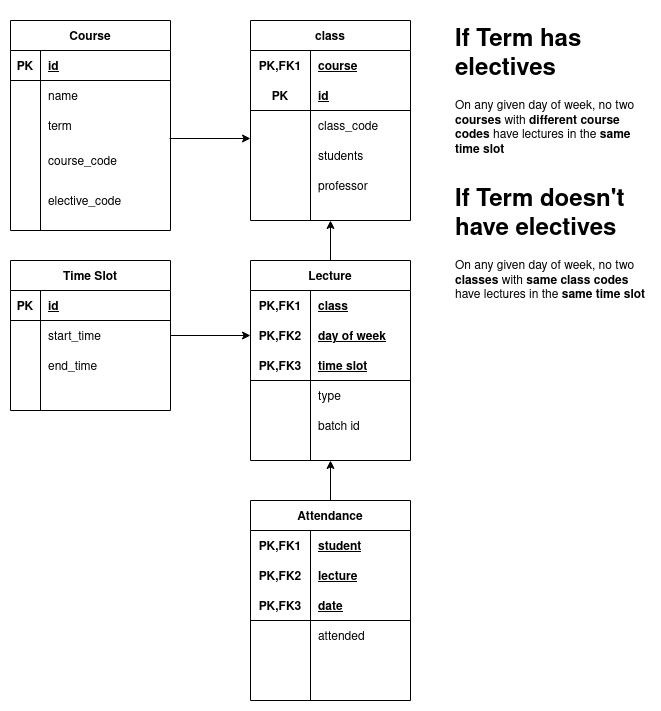
This is miscellaneous/timetable_attendance.png from Epic-ERP/media, a draw.io export, as it was before one commit. Source tidied: cells renumbered, new cells last; positions are measured from the earlier drawing's top-left corner, leaving out a move shared by most shapes.
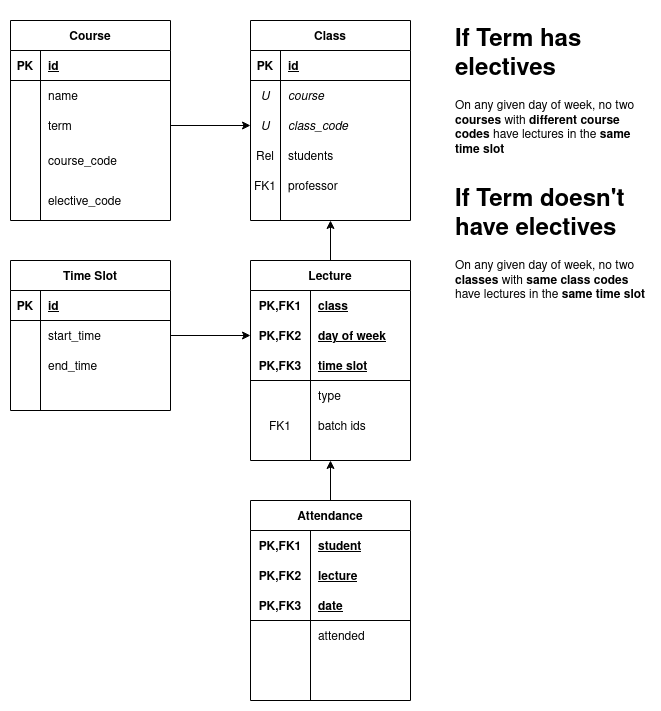
After the change.

Change to the diagram source:
```diff
@@ -42,7 +42,7 @@
       <mxGeometry x="30" width="130" height="30" as="geometry" />
     </mxCell>
     <mxCell id="15" value="Course" style="shape=table;startSize=30;rowLines=0;fontStyle=1;align=center;" parent="1" vertex="1">
-      <mxGeometry width="160" height="210" as="geometry" />
+      <mxGeometry width="160" height="200" as="geometry" />
     </mxCell>
     <mxCell id="16" style="shape=partialRectangle;fillColor=none;top=0;left=0;bottom=1;right=0;" parent="15" vertex="1">
       <mxGeometry y="30" width="160" height="30" as="geometry" />
@@ -89,66 +89,15 @@
     <mxCell id="30" value="elective_code" style="shape=partialRectangle;fillColor=none;top=0;left=0;bottom=0;right=0;align=left;spacingLeft=6;overflow=hidden;" parent="28" vertex="1">
       <mxGeometry x="30" width="130" height="40" as="geometry" />
     </mxCell>
-    <mxCell id="31" value="class" style="shape=table;startSize=30;rowLines=0;fontStyle=1;align=center;" parent="1" vertex="1">
-      <mxGeometry x="240" width="160" height="200" as="geometry" />
-    </mxCell>
-    <mxCell id="32" style="shape=partialRectangle;fillColor=none;top=0;left=0;bottom=0;right=0;" parent="31" vertex="1">
-      <mxGeometry y="30" width="160" height="30" as="geometry" />
-    </mxCell>
-    <mxCell id="33" value="PK,FK1" style="shape=partialRectangle;fillColor=none;top=0;left=0;bottom=0;right=0;fontStyle=1;overflow=hidden;" parent="32" vertex="1">
-      <mxGeometry width="60" height="30" as="geometry" />
-    </mxCell>
-    <mxCell id="34" value="course" style="shape=partialRectangle;fillColor=none;top=0;left=0;bottom=0;right=0;align=left;spacingLeft=6;fontStyle=5;overflow=hidden;" parent="32" vertex="1">
-      <mxGeometry x="60" width="100" height="30" as="geometry" />
-    </mxCell>
-    <mxCell id="35" style="shape=partialRectangle;fillColor=none;top=0;left=0;bottom=1;right=0;" parent="31" vertex="1">
-      <mxGeometry y="60" width="160" height="30" as="geometry" />
-    </mxCell>
-    <mxCell id="36" value="PK" style="shape=partialRectangle;fillColor=none;top=0;left=0;bottom=0;right=0;fontStyle=1;overflow=hidden;" parent="35" vertex="1">
-      <mxGeometry width="60" height="30" as="geometry" />
-    </mxCell>
-    <mxCell id="37" value="id" style="shape=partialRectangle;fillColor=none;top=0;left=0;bottom=0;right=0;align=left;spacingLeft=6;fontStyle=5;overflow=hidden;" parent="35" vertex="1">
-      <mxGeometry x="60" width="100" height="30" as="geometry" />
-    </mxCell>
-    <mxCell id="38" style="shape=partialRectangle;fillColor=none;top=0;left=0;bottom=0;right=0;points=[[0,0.5],[1,0.5]];portConstraint=eastwest;" parent="31" vertex="1">
-      <mxGeometry y="90" width="160" height="30" as="geometry" />
-    </mxCell>
-    <mxCell id="39" style="shape=partialRectangle;fillColor=none;top=0;left=0;bottom=0;right=0;overflow=hidden;" parent="38" vertex="1">
-      <mxGeometry width="60" height="30" as="geometry" />
-    </mxCell>
-    <mxCell id="40" value="class_code" style="shape=partialRectangle;fillColor=none;top=0;left=0;bottom=0;right=0;align=left;spacingLeft=6;overflow=hidden;" parent="38" vertex="1">
-      <mxGeometry x="60" width="100" height="30" as="geometry" />
-    </mxCell>
-    <mxCell id="41" style="shape=partialRectangle;fillColor=none;top=0;left=0;bottom=0;right=0;points=[[0,0.5],[1,0.5]];portConstraint=eastwest;" parent="31" vertex="1">
-      <mxGeometry y="120" width="160" height="30" as="geometry" />
-    </mxCell>
-    <mxCell id="42" style="shape=partialRectangle;fillColor=none;top=0;left=0;bottom=0;right=0;overflow=hidden;" parent="41" vertex="1">
-      <mxGeometry width="60" height="30" as="geometry" />
-    </mxCell>
-    <mxCell id="43" value="students" style="shape=partialRectangle;fillColor=none;top=0;left=0;bottom=0;right=0;align=left;spacingLeft=6;overflow=hidden;" parent="41" vertex="1">
-      <mxGeometry x="60" width="100" height="30" as="geometry" />
-    </mxCell>
-    <mxCell id="44" style="shape=partialRectangle;fillColor=none;top=0;left=0;bottom=0;right=0;" parent="31" vertex="1">
-      <mxGeometry y="150" width="160" height="30" as="geometry" />
-    </mxCell>
-    <mxCell id="45" style="shape=partialRectangle;fillColor=none;top=0;left=0;bottom=0;right=0;overflow=hidden;" parent="44" vertex="1">
-      <mxGeometry width="60" height="30" as="geometry" />
-    </mxCell>
-    <mxCell id="46" value="professor" style="shape=partialRectangle;fillColor=none;top=0;left=0;bottom=0;right=0;align=left;spacingLeft=6;overflow=hidden;" parent="44" vertex="1">
-      <mxGeometry x="60" width="100" height="30" as="geometry" />
-    </mxCell>
-    <mxCell id="47" style="edgeStyle=orthogonalEdgeStyle;rounded=0;jettySize=auto;html=1;entryX=0;entryY=-0.067;entryDx=0;entryDy=0;exitX=0.994;exitY=-0.05;exitDx=0;exitDy=0;exitPerimeter=0;entryPerimeter=0;" parent="1" edge="1" source="25" target="41">
-      <mxGeometry relative="1" as="geometry" />
-    </mxCell>
     <mxCell id="48" value="&lt;h1&gt;If Term has electives&lt;br&gt;&lt;/h1&gt;&lt;p&gt;On any given day of week, no two &lt;b&gt;courses&lt;/b&gt; with &lt;b&gt;different course codes&lt;/b&gt; have lectures in the &lt;b&gt;same time slot&lt;/b&gt;&lt;br&gt;&lt;/p&gt;" style="text;html=1;strokeColor=none;fillColor=none;spacing=5;spacingTop=-20;whiteSpace=wrap;overflow=hidden;rounded=0;" parent="1" vertex="1">
       <mxGeometry x="440" width="200" height="160" as="geometry" />
     </mxCell>
     <mxCell id="49" value="&lt;h1&gt;If Term doesn't have electives&lt;br&gt;&lt;/h1&gt;&lt;p&gt;On any given day of week, no two &lt;b&gt;classes&lt;/b&gt; with &lt;b&gt;same class codes&lt;/b&gt; have lectures in the &lt;b&gt;same time slot&lt;/b&gt;&lt;br&gt;&lt;/p&gt;" style="text;html=1;strokeColor=none;fillColor=none;spacing=5;spacingTop=-20;whiteSpace=wrap;overflow=hidden;rounded=0;" parent="1" vertex="1">
       <mxGeometry x="440" y="160" width="200" height="160" as="geometry" />
     </mxCell>
-    <mxCell id="50" style="edgeStyle=orthogonalEdgeStyle;rounded=0;jettySize=auto;html=1;entryX=0.5;entryY=1;entryDx=0;entryDy=0;" parent="1" edge="1" source="51" target="31">
-      <mxGeometry relative="1" as="geometry" />
-    </mxCell>
+    <mxCell id="85" style="edgeStyle=orthogonalEdgeStyle;rounded=0;jettySize=auto;html=1;entryX=0.5;entryY=1;entryDx=0;entryDy=0;" parent="1" edge="1" source="51" target="86">
+      <mxGeometry relative="1" as="geometry" />
+    </mxCell>
     <mxCell id="51" value="Lecture" style="shape=table;startSize=30;rowLines=0;fontStyle=1;align=center;" parent="1" vertex="1">
       <mxGeometry x="240" y="240" width="160" height="200" as="geometry" />
     </mxCell>
@@ -191,10 +140,10 @@
     <mxCell id="64" style="shape=partialRectangle;fillColor=none;top=0;left=0;bottom=0;right=0;" parent="51" vertex="1">
       <mxGeometry y="150" width="160" height="30" as="geometry" />
     </mxCell>
-    <mxCell id="65" style="shape=partialRectangle;fillColor=none;top=0;left=0;bottom=0;right=0;overflow=hidden;" parent="64" vertex="1">
+    <mxCell id="65" value="FK1" style="shape=partialRectangle;fillColor=none;top=0;left=0;bottom=0;right=0;overflow=hidden;" parent="64" vertex="1">
       <mxGeometry width="60" height="30" as="geometry" />
     </mxCell>
-    <mxCell id="66" value="batch id" style="shape=partialRectangle;fillColor=none;top=0;left=0;bottom=0;right=0;align=left;spacingLeft=6;overflow=hidden;" parent="64" vertex="1">
+    <mxCell id="66" value="batch ids" style="shape=partialRectangle;fillColor=none;top=0;left=0;bottom=0;right=0;align=left;spacingLeft=6;overflow=hidden;" parent="64" vertex="1">
       <mxGeometry x="60" width="100" height="30" as="geometry" />
     </mxCell>
     <mxCell id="67" style="edgeStyle=orthogonalEdgeStyle;rounded=0;jettySize=auto;html=1;entryX=0;entryY=0.5;entryDx=0;entryDy=0;" parent="1" edge="1" source="6" target="55">
@@ -251,5 +200,56 @@
     <mxCell id="84" style="shape=partialRectangle;fillColor=none;top=0;left=0;bottom=0;right=0;align=left;spacingLeft=6;overflow=hidden;" parent="82" vertex="1">
       <mxGeometry x="60" width="100" height="30" as="geometry" />
     </mxCell>
+    <mxCell id="86" value="Class" style="shape=table;startSize=30;rowLines=0;fontStyle=1;align=center;" parent="1" vertex="1">
+      <mxGeometry x="240" width="160" height="200" as="geometry" />
+    </mxCell>
+    <mxCell id="87" style="shape=partialRectangle;fillColor=none;top=0;left=0;bottom=1;right=0;" parent="86" vertex="1">
+      <mxGeometry y="30" width="160" height="30" as="geometry" />
+    </mxCell>
+    <mxCell id="36" value="PK" style="shape=partialRectangle;fillColor=none;top=0;left=0;bottom=0;right=0;fontStyle=1;overflow=hidden;" parent="87" vertex="1">
+      <mxGeometry width="30" height="30" as="geometry" />
+    </mxCell>
+    <mxCell id="37" value="id" style="shape=partialRectangle;fillColor=none;top=0;left=0;bottom=0;right=0;align=left;spacingLeft=6;fontStyle=5;overflow=hidden;" parent="87" vertex="1">
+      <mxGeometry x="30" width="130" height="30" as="geometry" />
+    </mxCell>
+    <mxCell id="88" style="shape=partialRectangle;fillColor=none;top=0;left=0;bottom=0;right=0;" parent="86" vertex="1">
+      <mxGeometry y="60" width="160" height="30" as="geometry" />
+    </mxCell>
+    <mxCell id="89" value="U" style="shape=partialRectangle;fillColor=none;top=0;left=0;bottom=0;right=0;overflow=hidden;fontStyle=2;" parent="88" vertex="1">
+      <mxGeometry width="30" height="30" as="geometry" />
+    </mxCell>
+    <mxCell id="34" value="course" style="shape=partialRectangle;fillColor=none;top=0;left=0;bottom=0;right=0;align=left;spacingLeft=6;overflow=hidden;fontStyle=2;" parent="88" vertex="1">
+      <mxGeometry x="30" width="130" height="30" as="geometry" />
+    </mxCell>
+    <mxCell id="38" style="shape=partialRectangle;fillColor=none;top=0;left=0;bottom=0;right=0;points=[[0,0.5],[1,0.5]];portConstraint=eastwest;" parent="86" vertex="1">
+      <mxGeometry y="90" width="160" height="30" as="geometry" />
+    </mxCell>
+    <mxCell id="90" value="U" style="shape=partialRectangle;fillColor=none;top=0;left=0;bottom=0;right=0;overflow=hidden;fontStyle=2;" parent="38" vertex="1">
+      <mxGeometry width="30" height="30" as="geometry" />
+    </mxCell>
+    <mxCell id="40" value="class_code" style="shape=partialRectangle;fillColor=none;top=0;left=0;bottom=0;right=0;align=left;spacingLeft=6;overflow=hidden;fontStyle=2;" parent="38" vertex="1">
+      <mxGeometry x="30" width="130" height="30" as="geometry" />
+    </mxCell>
+    <mxCell id="41" style="shape=partialRectangle;fillColor=none;top=0;left=0;bottom=0;right=0;points=[[0,0.5],[1,0.5]];portConstraint=eastwest;" parent="86" vertex="1">
+      <mxGeometry y="120" width="160" height="30" as="geometry" />
+    </mxCell>
+    <mxCell id="91" value="Rel" style="shape=partialRectangle;fillColor=none;top=0;left=0;bottom=0;right=0;overflow=hidden;" parent="41" vertex="1">
+      <mxGeometry width="30" height="30" as="geometry" />
+    </mxCell>
+    <mxCell id="43" value="students" style="shape=partialRectangle;fillColor=none;top=0;left=0;bottom=0;right=0;align=left;spacingLeft=6;overflow=hidden;" parent="41" vertex="1">
+      <mxGeometry x="30" width="130" height="30" as="geometry" />
+    </mxCell>
+    <mxCell id="44" style="shape=partialRectangle;fillColor=none;top=0;left=0;bottom=0;right=0;" parent="86" vertex="1">
+      <mxGeometry y="150" width="160" height="30" as="geometry" />
+    </mxCell>
+    <mxCell id="92" value="FK1" style="shape=partialRectangle;fillColor=none;top=0;left=0;bottom=0;right=0;overflow=hidden;" parent="44" vertex="1">
+      <mxGeometry width="30" height="30" as="geometry" />
+    </mxCell>
+    <mxCell id="46" value="professor" style="shape=partialRectangle;fillColor=none;top=0;left=0;bottom=0;right=0;align=left;spacingLeft=6;overflow=hidden;" parent="44" vertex="1">
+      <mxGeometry x="30" width="130" height="30" as="geometry" />
+    </mxCell>
+    <mxCell id="93" style="edgeStyle=orthogonalEdgeStyle;rounded=0;jettySize=auto;html=1;entryX=0;entryY=0.5;entryDx=0;entryDy=0;" parent="1" edge="1" source="22" target="38">
+      <mxGeometry relative="1" as="geometry" />
+    </mxCell>
   </root>
 </mxGraphModel>
```
